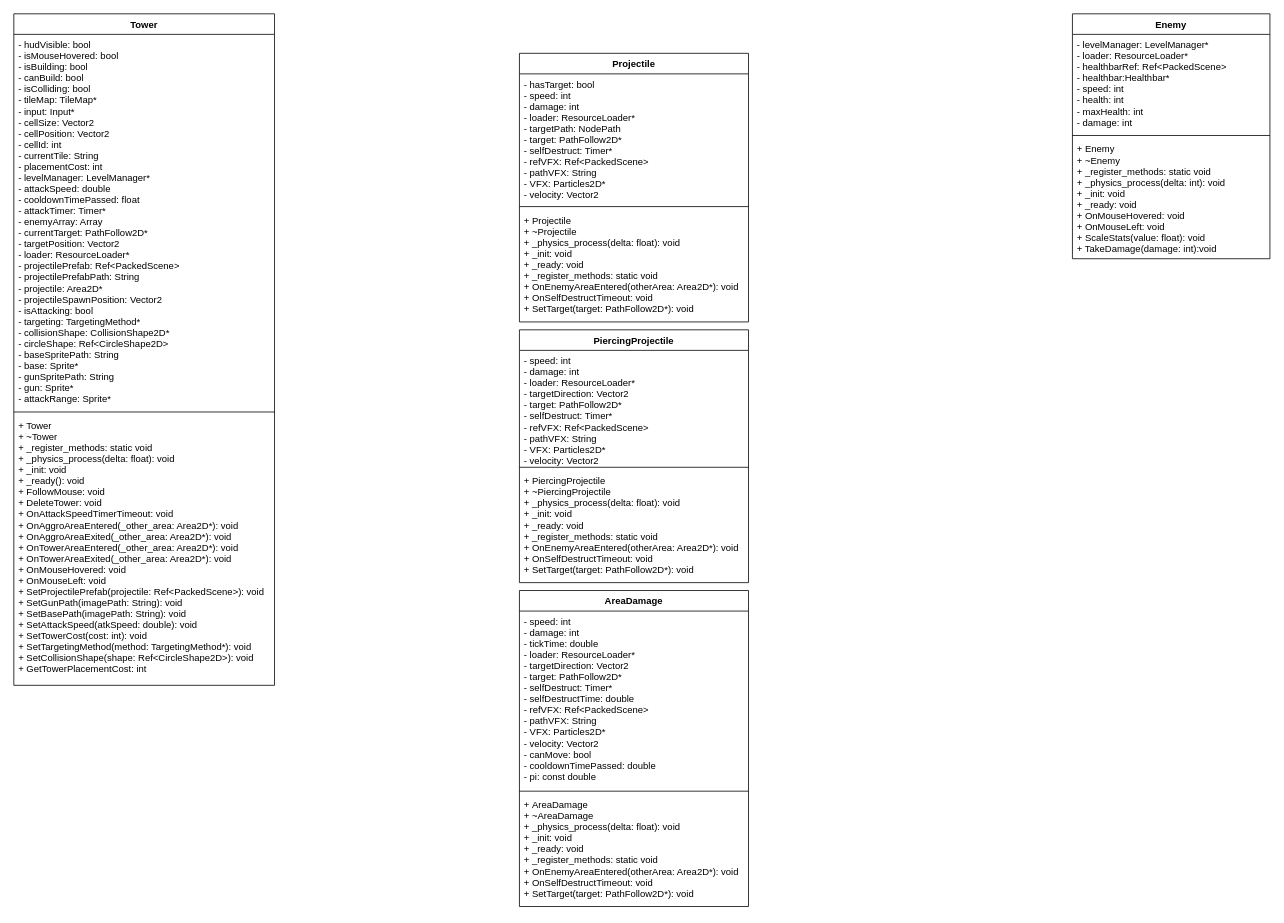
Above: page "Damaging Enemy" (3 of 4) of UMLDiagram.drawio in foreboding-sky/RainbowLands (draw.io), before the change. Source tidied: cells renumbered, new cells numbered last; positions are measured from the earlier drawing's top-left corner, leaving out a move shared by most shapes. Both pictures are drawn from the tidied source at 79%, with x=0, y=0 at pixel (13, 13).
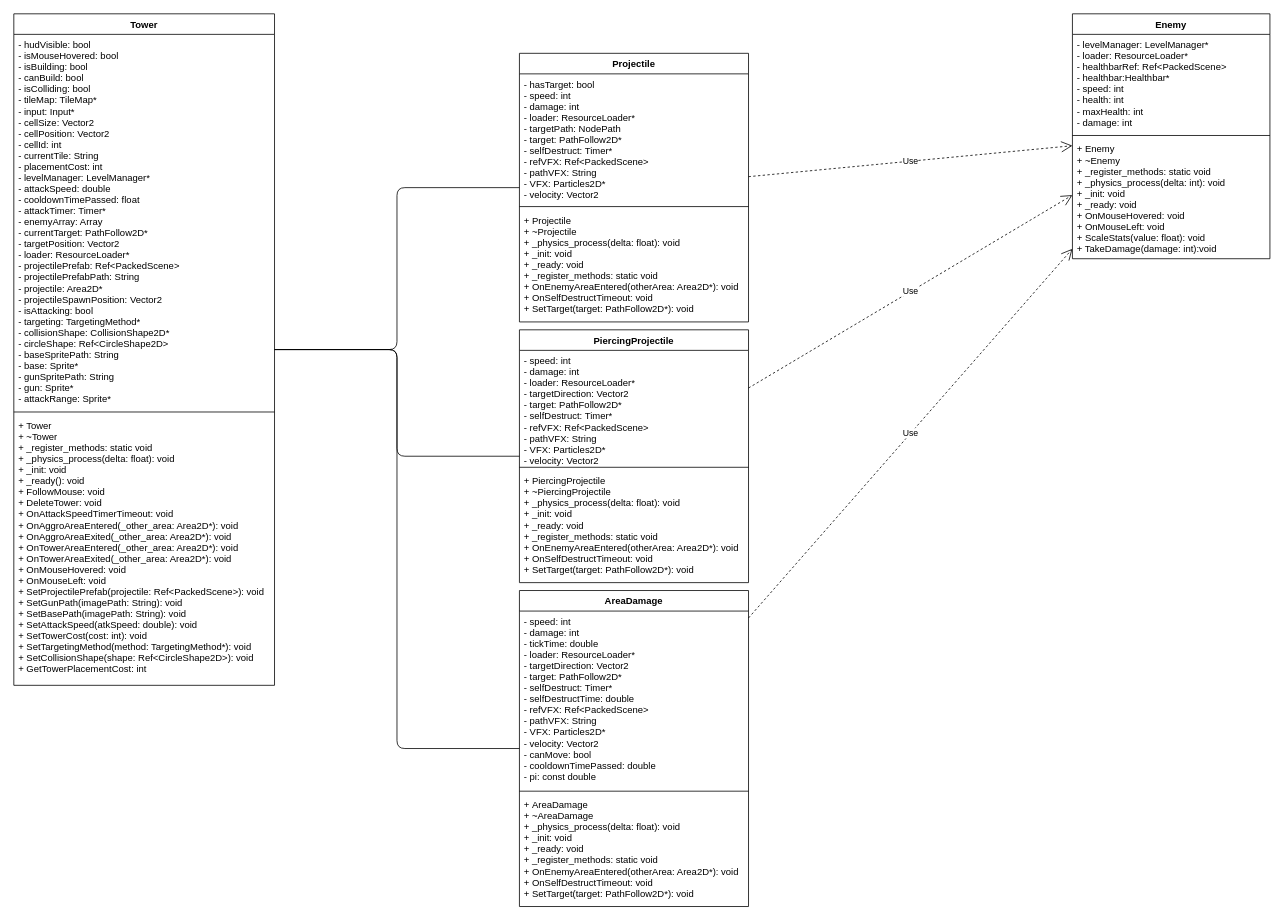
After the change.

Unchanged cells that the change refers to:
```xml
<mxCell id="2" value="Enemy" style="swimlane;fontStyle=1;align=center;verticalAlign=top;horizontal=1;startSize=26;" parent="1" vertex="1">
  <mxGeometry x="1340" width="250" height="310" as="geometry" />
</mxCell>
<mxCell id="6" value="Tower" style="swimlane;fontStyle=1;align=center;verticalAlign=top;horizontal=1;startSize=26;" parent="1" vertex="1">
  <mxGeometry width="330" height="850" as="geometry" />
</mxCell>
<mxCell id="10" value="Projectile" style="swimlane;fontStyle=1;align=center;verticalAlign=top;horizontal=1;startSize=26;" parent="1" vertex="1">
  <mxGeometry x="640" y="50" width="290" height="340" as="geometry" />
</mxCell>
<mxCell id="14" value="PiercingProjectile" style="swimlane;fontStyle=1;align=center;verticalAlign=top;horizontal=1;startSize=26;" parent="1" vertex="1">
  <mxGeometry x="640" y="400" width="290" height="320" as="geometry" />
</mxCell>
<mxCell id="18" value="AreaDamage" style="swimlane;fontStyle=1;align=center;verticalAlign=top;horizontal=1;startSize=26;" parent="1" vertex="1">
  <mxGeometry x="640" y="730" width="290" height="400" as="geometry" />
</mxCell>
```

What changed in the source:
```diff
@@
+    <mxCell id="22" style="endArrow=none;html=1;edgeStyle=orthogonalEdgeStyle;" parent="1" edge="1" source="6" target="14">
+      <mxGeometry relative="1" as="geometry" />
+    </mxCell>
+    <mxCell id="23" style="endArrow=none;html=1;edgeStyle=orthogonalEdgeStyle;" parent="1" edge="1" source="6" target="10">
+      <mxGeometry relative="1" as="geometry" />
+    </mxCell>
+    <mxCell id="24" style="endArrow=none;html=1;edgeStyle=orthogonalEdgeStyle;" parent="1" edge="1" source="6" target="18">
+      <mxGeometry relative="1" as="geometry" />
+    </mxCell>
+    <mxCell id="25" value="Use" style="endArrow=open;endSize=12;dashed=1;html=1;" parent="1" edge="1" source="10" target="2">
+      <mxGeometry relative="1" as="geometry" />
+    </mxCell>
+    <mxCell id="26" value="Use" style="endArrow=open;endSize=12;dashed=1;html=1;" parent="1" edge="1" source="14" target="2">
+      <mxGeometry relative="1" as="geometry" />
+    </mxCell>
+    <mxCell id="27" value="Use" style="endArrow=open;endSize=12;dashed=1;html=1;" parent="1" edge="1" source="18" target="2">
+      <mxGeometry relative="1" as="geometry" />
+    </mxCell>
```
